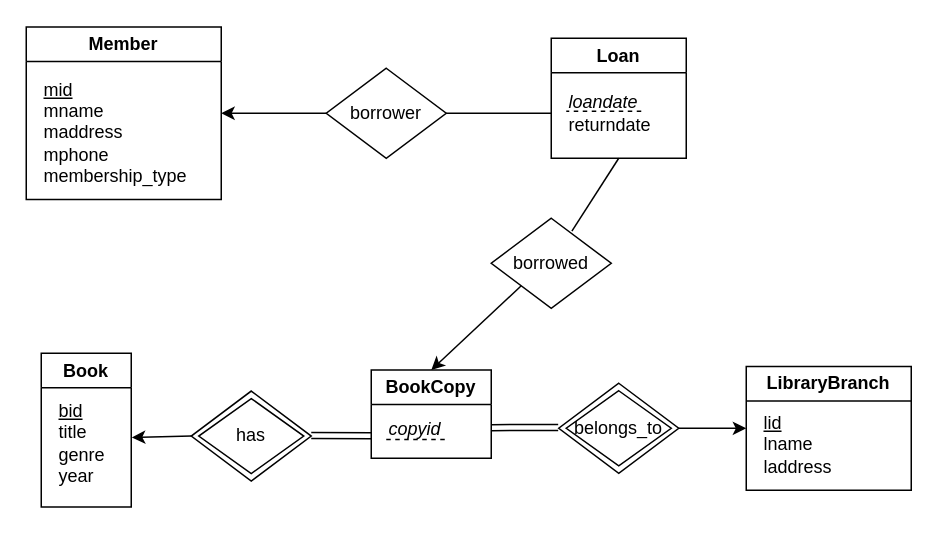
This is hw2-q2.drawio from cucumberpeel/drawio-diagrams, a draw.io file, before an edit. Source tidied: cells renumbered, new cells numbered last; positions are measured from the earlier drawing's top-left corner, leaving out a move shared by most shapes. Both pictures are drawn from the tidied source at 150%, with x=0, y=0 at pixel (26, 26).
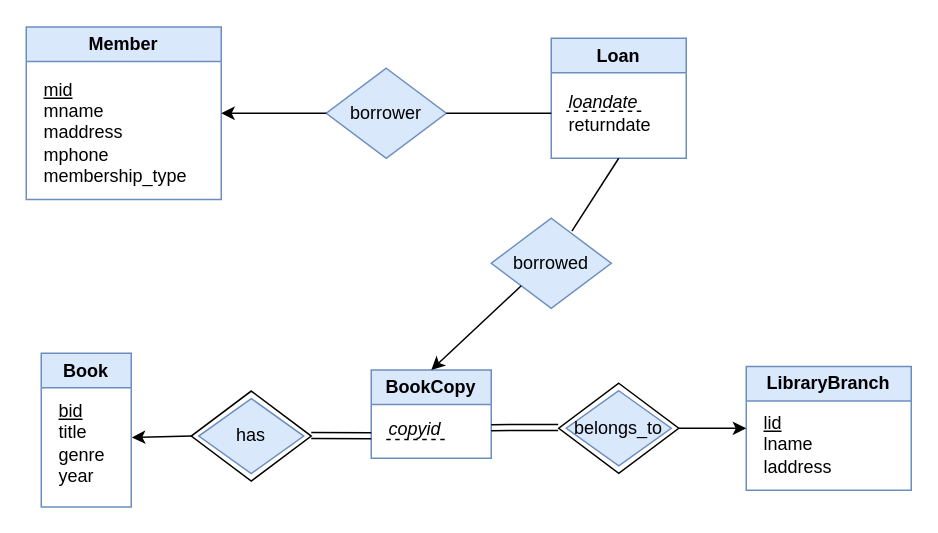
The same page after the edit.

The edit, as a diff of the source:
```diff
@@
-    <mxCell id="2" value="Member" style="swimlane;whiteSpace=wrap;html=1;" parent="1" vertex="1">
+    <mxCell id="2" value="Member" style="swimlane;whiteSpace=wrap;html=1;fillColor=#dae8fc;strokeColor=#6c8ebf;" parent="1" vertex="1">
       <mxGeometry y="0.5" width="130" height="115" as="geometry" />
     </mxCell>
@@
-    <mxCell id="4" value="Book" style="swimlane;whiteSpace=wrap;html=1;" parent="1" vertex="1">
+    <mxCell id="4" value="Book" style="swimlane;whiteSpace=wrap;html=1;fillColor=#dae8fc;strokeColor=#6c8ebf;" parent="1" vertex="1">
       <mxGeometry x="10" y="218" width="60" height="102.5" as="geometry" />
     </mxCell>
@@
-    <mxCell id="6" value="LibraryBranch" style="swimlane;whiteSpace=wrap;html=1;" parent="1" vertex="1">
+    <mxCell id="6" value="LibraryBranch" style="swimlane;whiteSpace=wrap;html=1;fillColor=#dae8fc;strokeColor=#6c8ebf;" parent="1" vertex="1">
       <mxGeometry x="480" y="226.8" width="110" height="82.5" as="geometry" />
     </mxCell>
@@
-    <mxCell id="8" value="BookCopy" style="swimlane;whiteSpace=wrap;html=1;" parent="1" vertex="1">
+    <mxCell id="8" value="BookCopy" style="swimlane;whiteSpace=wrap;html=1;fillColor=#dae8fc;strokeColor=#6c8ebf;" parent="1" vertex="1">
       <mxGeometry x="230" y="229.2" width="80" height="58.8" as="geometry" />
     </mxCell>
@@
-    <mxCell id="11" value="Loan" style="swimlane;whiteSpace=wrap;html=1;" parent="1" vertex="1">
+    <mxCell id="11" value="Loan" style="swimlane;whiteSpace=wrap;html=1;fillColor=#dae8fc;strokeColor=#6c8ebf;" parent="1" vertex="1">
       <mxGeometry x="350" y="8" width="90" height="80" as="geometry" />
     </mxCell>
@@
-    <mxCell id="14" value="borrower" style="rhombus;whiteSpace=wrap;html=1;" parent="1" vertex="1">
+    <mxCell id="14" value="borrower" style="rhombus;whiteSpace=wrap;html=1;fillColor=#dae8fc;strokeColor=#6c8ebf;" parent="1" vertex="1">
       <mxGeometry x="200" y="28" width="80" height="60" as="geometry" />
     </mxCell>
@@
-    <mxCell id="17" value="borrowed" style="rhombus;whiteSpace=wrap;html=1;" parent="1" vertex="1">
+    <mxCell id="17" value="borrowed" style="rhombus;whiteSpace=wrap;html=1;fillColor=#dae8fc;strokeColor=#6c8ebf;" parent="1" vertex="1">
       <mxGeometry x="310" y="128" width="80" height="60" as="geometry" />
     </mxCell>
@@
-    <mxCell id="23" value="has" style="rhombus;whiteSpace=wrap;html=1;" parent="1" vertex="1">
+    <mxCell id="23" value="has" style="rhombus;whiteSpace=wrap;html=1;fillColor=#dae8fc;strokeColor=#6c8ebf;" parent="1" vertex="1">
       <mxGeometry x="115" y="248.2" width="70" height="50" as="geometry" />
     </mxCell>
@@
-    <mxCell id="25" value="belongs_to" style="rhombus;whiteSpace=wrap;html=1;" parent="1" vertex="1">
+    <mxCell id="25" value="belongs_to" style="rhombus;whiteSpace=wrap;html=1;fillColor=#dae8fc;strokeColor=#6c8ebf;" parent="1" vertex="1">
       <mxGeometry x="360" y="243" width="70" height="50" as="geometry" />
     </mxCell>
```
